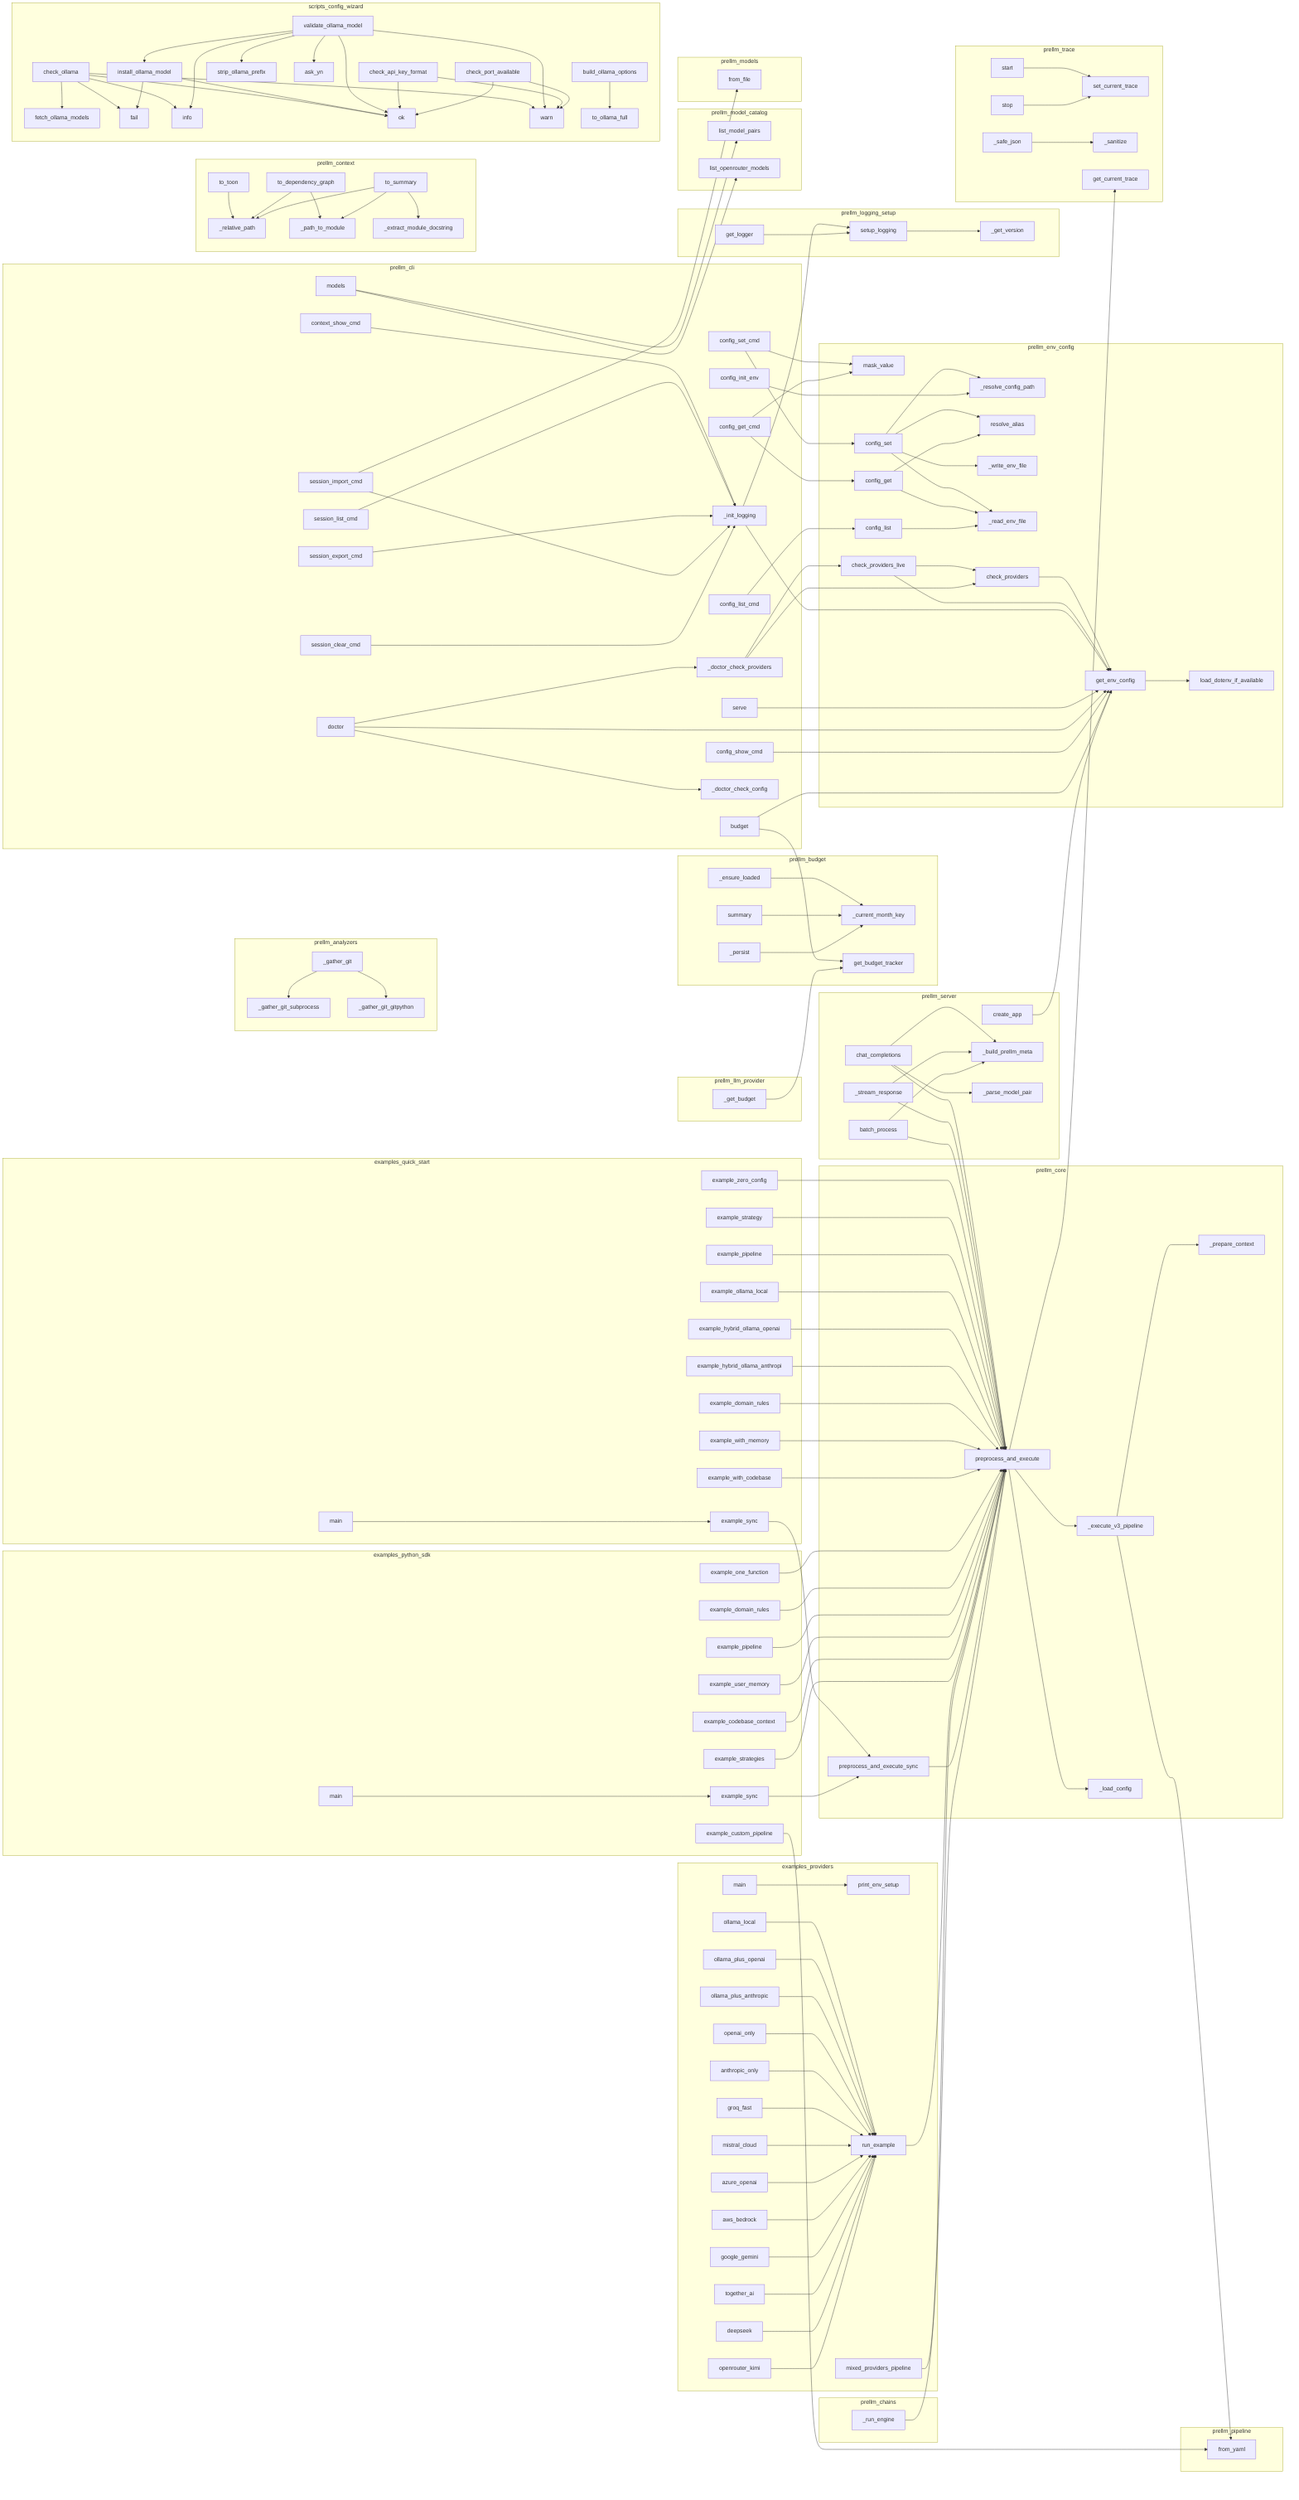
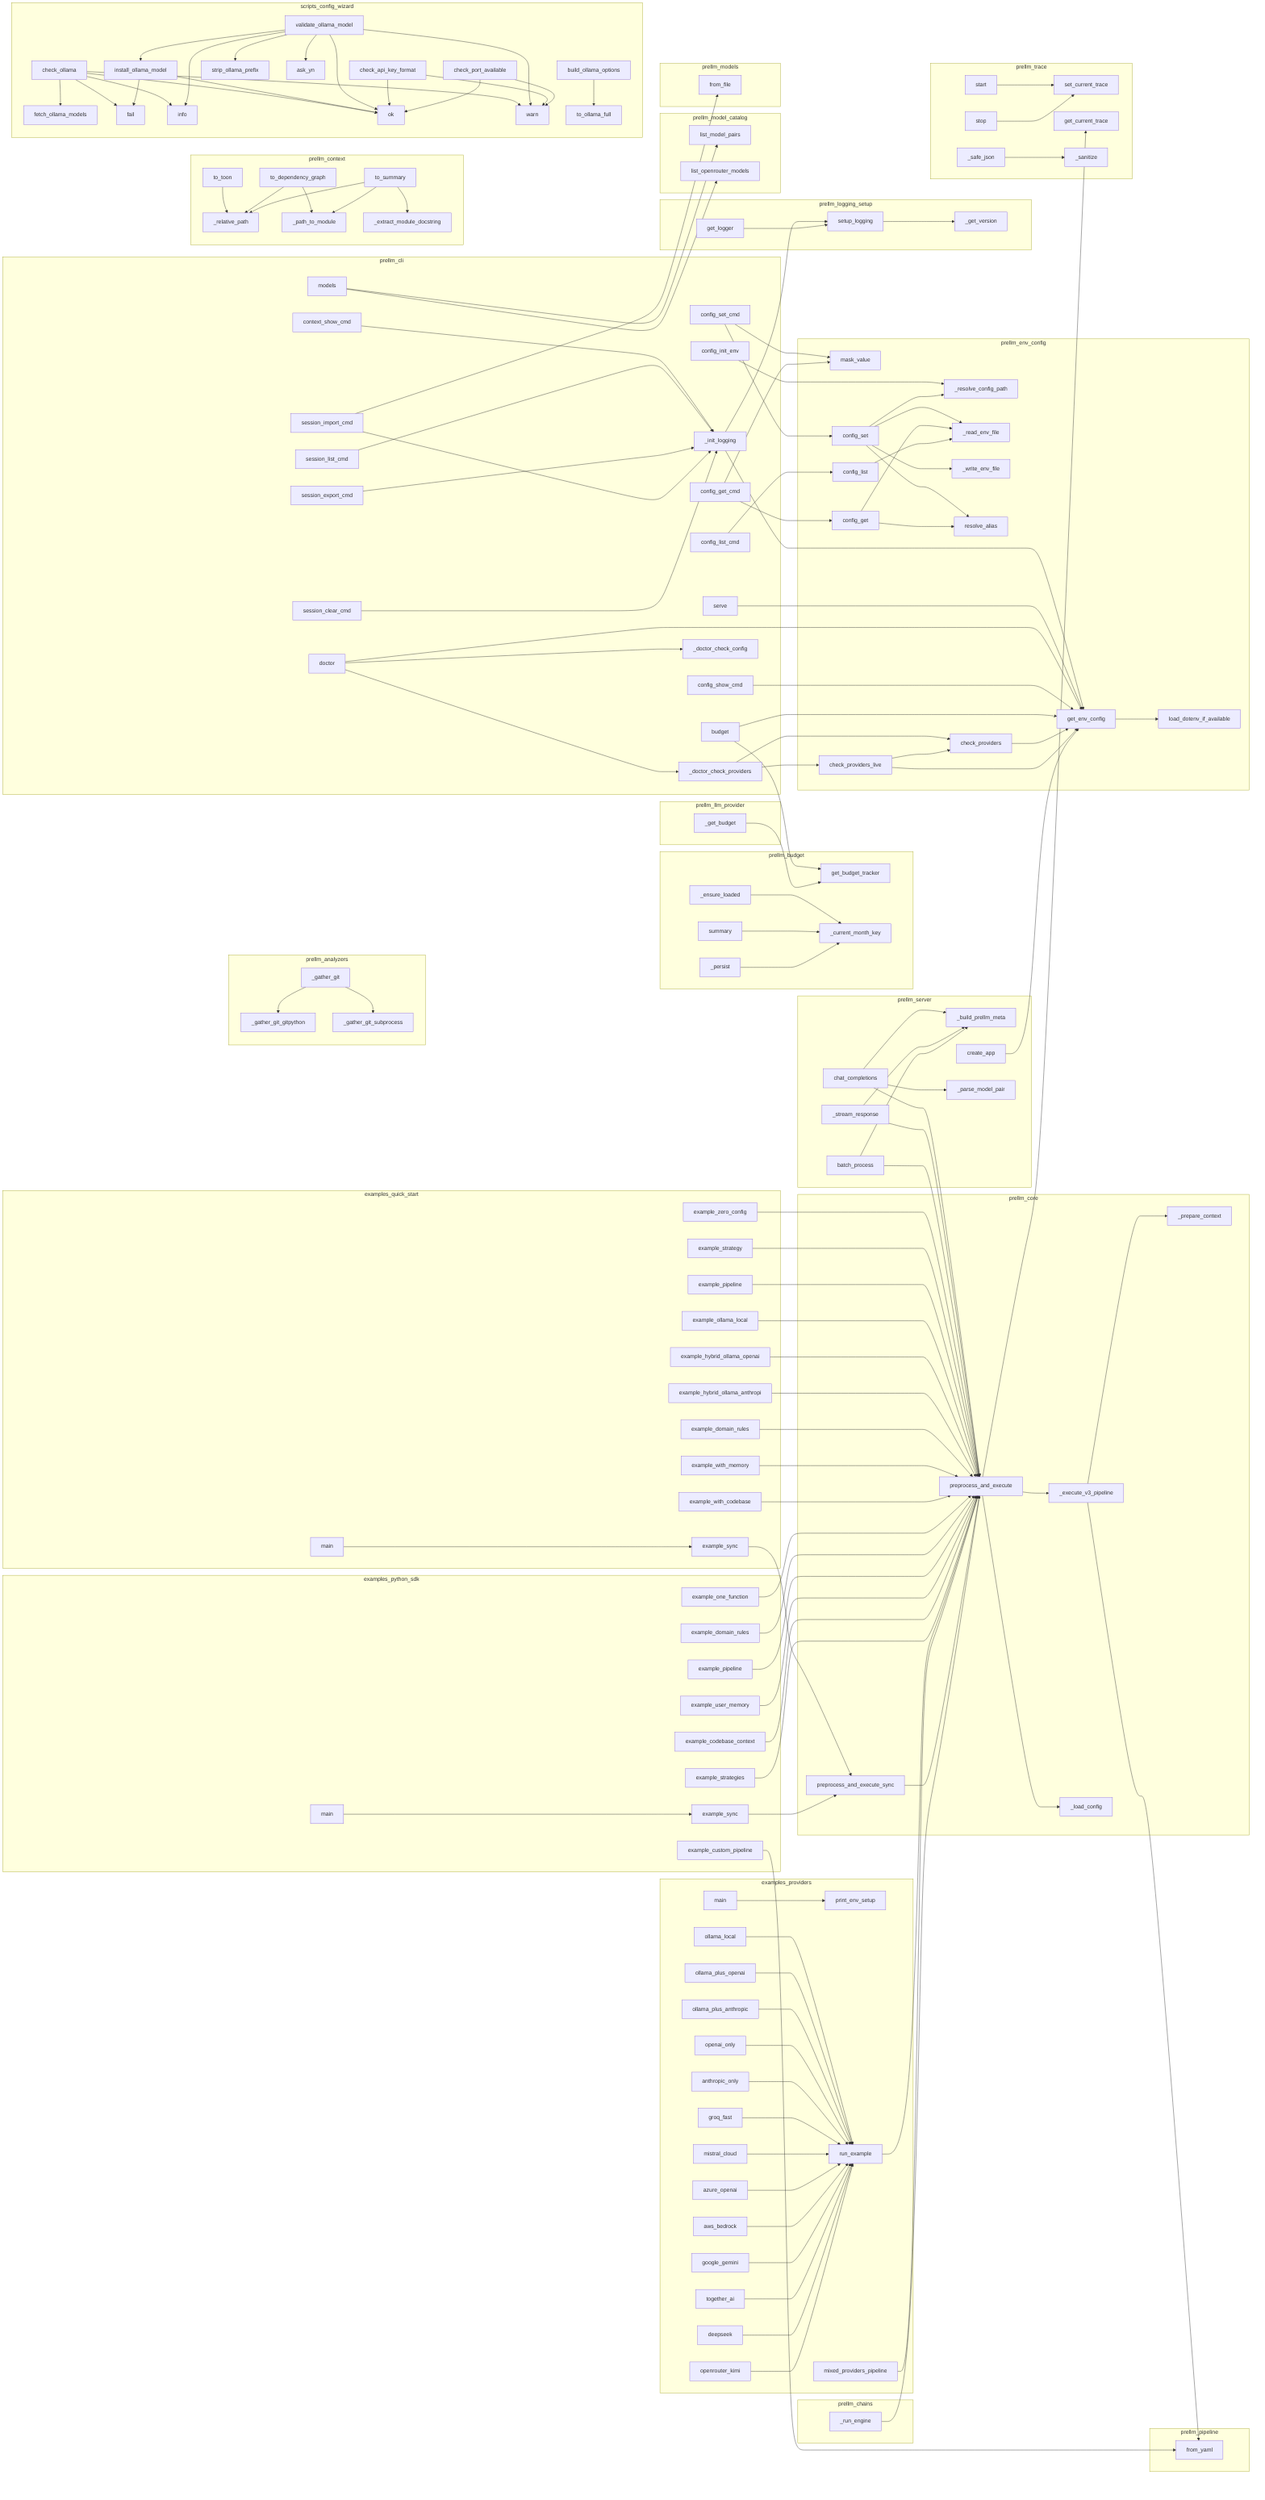
flowchart LR
    subgraph examples_providers
        examples__providers__ollama_plus_openai["ollama_plus_openai"]
+         examples__providers__main["main"]
+         examples__providers__print_env_setup["print_env_setup"]
+         examples__providers__aws_bedrock["aws_bedrock"]
+         examples__providers__anthropic_only["anthropic_only"]
+         examples__providers__mixed_providers_pipeline["mixed_providers_pipeline"]
+         examples__providers__google_gemini["google_gemini"]
        examples__providers__azure_openai["azure_openai"]
-         examples__providers__aws_bedrock["aws_bedrock"]
-         examples__providers__google_gemini["google_gemini"]
-         examples__providers__anthropic_only["anthropic_only"]
        examples__providers__openai_only["openai_only"]
+         examples__providers__ollama_plus_anthropic["ollama_plus_anthropic"]
+         examples__providers__together_ai["together_ai"]
+         examples__providers__deepseek["deepseek"]
        examples__providers__mistral_cloud["mistral_cloud"]
-         examples__providers__together_ai["together_ai"]
-         examples__providers__print_env_setup["print_env_setup"]
-         examples__providers__ollama_plus_anthropic["ollama_plus_anthropic"]
-         examples__providers__mixed_providers_pipeline["mixed_providers_pipeline"]
        examples__providers__ollama_local["ollama_local"]
+         examples__providers__groq_fast["groq_fast"]
        examples__providers__openrouter_kimi["openrouter_kimi"]
-         examples__providers__groq_fast["groq_fast"]
-         examples__providers__deepseek["deepseek"]
        examples__providers__run_example["run_example"]
-         examples__providers__main["main"]
    end
    subgraph examples_python_sdk
+         examples__python_sdk__example_codebase_context["example_codebase_context"]
+         examples__python_sdk__example_custom_pipeline["example_custom_pipeline"]
+         examples__python_sdk__example_pipeline["example_pipeline"]
+         examples__python_sdk__main["main"]
        examples__python_sdk__example_one_function["example_one_function"]
-         examples__python_sdk__main["main"]
-         examples__python_sdk__example_codebase_context["example_codebase_context"]
+         examples__python_sdk__example_strategies["example_strategies"]
+         examples__python_sdk__example_sync["example_sync"]
+         examples__python_sdk__example_domain_rules["example_domain_rules"]
        examples__python_sdk__example_user_memory["example_user_memory"]
-         examples__python_sdk__example_strategies["example_strategies"]
-         examples__python_sdk__example_pipeline["example_pipeline"]
-         examples__python_sdk__example_sync["example_sync"]
-         examples__python_sdk__example_custom_pipeline["example_custom_pipeline"]
-         examples__python_sdk__example_domain_rules["example_domain_rules"]
    end
    subgraph examples_quick_start
+         examples__quick_start__example_ollama_local["example_ollama_local"]
        examples__quick_start__example_strategy["example_strategy"]
+         examples__quick_start__example_zero_config["example_zero_config"]
+         examples__quick_start__example_with_codebase["example_with_codebase"]
+         examples__quick_start__example_domain_rules["example_domain_rules"]
+         examples__quick_start__example_pipeline["example_pipeline"]
+         examples__quick_start__main["main"]
        examples__quick_start__example_hybrid_ollama_openai["example_hybrid_ollama_openai"]
-         examples__quick_start__example_domain_rules["example_domain_rules"]
-         examples__quick_start__main["main"]
-         examples__quick_start__example_with_codebase["example_with_codebase"]
-         examples__quick_start__example_zero_config["example_zero_config"]
-         examples__quick_start__example_pipeline["example_pipeline"]
+         examples__quick_start__example_with_memory["example_with_memory"]
+         examples__quick_start__example_hybrid_ollama_anthropic["example_hybrid_ollama_anthropi"]
        examples__quick_start__example_sync["example_sync"]
-         examples__quick_start__example_hybrid_ollama_anthropic["example_hybrid_ollama_anthropi"]
-         examples__quick_start__example_ollama_local["example_ollama_local"]
-         examples__quick_start__example_with_memory["example_with_memory"]
    end
    subgraph prellm_analyzers
+         prellm__ContextEngine___gather_git_gitpython["_gather_git_gitpython"]
+         prellm__ContextEngine___gather_git["_gather_git"]
        prellm__ContextEngine___gather_git_subprocess["_gather_git_subprocess"]
-         prellm__ContextEngine___gather_git["_gather_git"]
-         prellm__ContextEngine___gather_git_gitpython["_gather_git_gitpython"]
    end
    subgraph prellm_budget
+         prellm__budget__BudgetTracker__summary["summary"]
+         prellm__budget__BudgetTracker___ensure_loaded["_ensure_loaded"]
+         prellm__budget__get_budget_tracker["get_budget_tracker"]
        prellm__budget___current_month_key["_current_month_key"]
-         prellm__budget__BudgetTracker___ensure_loaded["_ensure_loaded"]
        prellm__budget__BudgetTracker___persist["_persist"]
-         prellm__budget__get_budget_tracker["get_budget_tracker"]
-         prellm__budget__BudgetTracker__summary["summary"]
    end
    subgraph prellm_chains
        prellm__chains__process_chain__ProcessChain___run_engine["_run_engine"]
    end
    subgraph prellm_cli
-         prellm__cli__config_list_cmd["config_list_cmd"]
-         prellm__cli__config_set_cmd["config_set_cmd"]
-         prellm__cli__budget["budget"]
-         prellm__cli__context_show_cmd["context_show_cmd"]
+         prellm__cli__models["models"]
        prellm__cli__session_list_cmd["session_list_cmd"]
        prellm__cli___init_logging["_init_logging"]
+         prellm__cli__context_show_cmd["context_show_cmd"]
+         prellm__cli__session_export_cmd["session_export_cmd"]
+         prellm__cli__config_init_env["config_init_env"]
+         prellm__cli__budget["budget"]
+         prellm__cli__config_set_cmd["config_set_cmd"]
+         prellm__cli__serve["serve"]
+         prellm__cli__config_list_cmd["config_list_cmd"]
+         prellm__cli__session_clear_cmd["session_clear_cmd"]
+         prellm__cli__config_show_cmd["config_show_cmd"]
+         prellm__cli___doctor_check_config["_doctor_check_config"]
        prellm__cli___doctor_check_providers["_doctor_check_providers"]
-         prellm__cli__config_show_cmd["config_show_cmd"]
-         prellm__cli__session_export_cmd["session_export_cmd"]
-         prellm__cli__serve["serve"]
-         prellm__cli__config_get_cmd["config_get_cmd"]
-         prellm__cli__config_init_env["config_init_env"]
-         prellm__cli__models["models"]
-         prellm__cli__session_clear_cmd["session_clear_cmd"]
        prellm__cli__doctor["doctor"]
        prellm__cli__session_import_cmd["session_import_cmd"]
-         prellm__cli___doctor_check_config["_doctor_check_config"]
+         prellm__cli__config_get_cmd["config_get_cmd"]
    end
    subgraph prellm_context
        prellm__FolderCompressor__to_toon["to_toon"]
-         prellm__FolderCompressor__to_dependency_graph["to_dependency_graph"]
+         prellm__FolderCompressor__to_summary["to_summary"]
        prellm__context__folder_compressor___relative_path["_relative_path"]
        prellm__context__folder_compressor___extract_module_docstrin["_extract_module_docstring"]
-         prellm__FolderCompressor__to_summary["to_summary"]
        prellm__context__folder_compressor___path_to_module["_path_to_module"]
+         prellm__FolderCompressor__to_dependency_graph["to_dependency_graph"]
    end
    subgraph prellm_core
-         prellm__core__preprocess_and_execute_sync["preprocess_and_execute_sync"]
+         prellm__core__preprocess_and_execute["preprocess_and_execute"]
        prellm__core___execute_v3_pipeline["_execute_v3_pipeline"]
-         prellm__core__preprocess_and_execute["preprocess_and_execute"]
        prellm__core__PreLLM___load_config["_load_config"]
        prellm__core___prepare_context["_prepare_context"]
+         prellm__core__preprocess_and_execute_sync["preprocess_and_execute_sync"]
    end
    subgraph prellm_env_config
+         prellm__env_config__get_env_config["get_env_config"]
+         prellm__env_config__mask_value["mask_value"]
+         prellm__env_config__config_set["config_set"]
        prellm__env_config___resolve_config_path["_resolve_config_path"]
+         prellm__env_config__config_get["config_get"]
+         prellm__env_config___read_env_file["_read_env_file"]
+         prellm__env_config__check_providers_live["check_providers_live"]
+         prellm__env_config___write_env_file["_write_env_file"]
+         prellm__env_config__config_list["config_list"]
+         prellm__env_config__load_dotenv_if_available["load_dotenv_if_available"]
        prellm__env_config__resolve_alias["resolve_alias"]
-         prellm__env_config__get_env_config["get_env_config"]
-         prellm__env_config__load_dotenv_if_available["load_dotenv_if_available"]
-         prellm__env_config__mask_value["mask_value"]
-         prellm__env_config___write_env_file["_write_env_file"]
-         prellm__env_config___read_env_file["_read_env_file"]
-         prellm__env_config__config_get["config_get"]
        prellm__env_config__check_providers["check_providers"]
-         prellm__env_config__config_set["config_set"]
-         prellm__env_config__check_providers_live["check_providers_live"]
-         prellm__env_config__config_list["config_list"]
    end
    subgraph prellm_llm_provider
        prellm__llm_provider__LLMProvider___get_budget["_get_budget"]
    end
    subgraph prellm_logging_setup
+         prellm__logging_setup__setup_logging["setup_logging"]
        prellm__logging_setup__get_logger["get_logger"]
-         prellm__logging_setup__setup_logging["setup_logging"]
        prellm__logging_setup___get_version["_get_version"]
    end
    subgraph prellm_model_catalog
        prellm__model_catalog__list_model_pairs["list_model_pairs"]
        prellm__model_catalog__list_openrouter_models["list_openrouter_models"]
    end
    subgraph prellm_models
        prellm__models__SessionSnapshot__from_file["from_file"]
    end
    subgraph prellm_pipeline
        prellm__pipeline__PromptPipeline__from_yaml["from_yaml"]
    end
    subgraph prellm_server
-         prellm__server__create_app["create_app"]
+         prellm__server__batch_process["batch_process"]
        prellm__server___build_prellm_meta["_build_prellm_meta"]
        prellm__server___stream_response["_stream_response"]
-         prellm__server__batch_process["batch_process"]
+         prellm__server__chat_completions["chat_completions"]
+         prellm__server__create_app["create_app"]
        prellm__server___parse_model_pair["_parse_model_pair"]
-         prellm__server__chat_completions["chat_completions"]
    end
    subgraph prellm_trace
        prellm__trace__set_current_trace["set_current_trace"]
-         prellm__trace__TraceRecorder__stop["stop"]
+         prellm__trace__get_current_trace["get_current_trace"]
        prellm__trace___sanitize["_sanitize"]
        prellm__trace___safe_json["_safe_json"]
-         prellm__trace__get_current_trace["get_current_trace"]
+         prellm__trace__TraceRecorder__stop["stop"]
        prellm__trace__TraceRecorder__start["start"]
    end
    subgraph scripts_config_wizard
+         scripts__config_wizard__fetch_ollama_models["fetch_ollama_models"]
+         scripts__config_wizard__validate_ollama_model["validate_ollama_model"]
+         scripts__config_wizard__info["info"]
+         scripts__config_wizard__ask_yn["ask_yn"]
+         scripts__config_wizard__check_port_available["check_port_available"]
+         scripts__config_wizard__ok["ok"]
+         scripts__config_wizard__strip_ollama_prefix["strip_ollama_prefix"]
        scripts__config_wizard__build_ollama_options["build_ollama_options"]
-         scripts__config_wizard__install_ollama_model["install_ollama_model"]
-         scripts__config_wizard__info["info"]
-         scripts__config_wizard__check_ollama["check_ollama"]
-         scripts__config_wizard__ok["ok"]
-         scripts__config_wizard__fetch_ollama_models["fetch_ollama_models"]
        scripts__config_wizard__check_api_key_format["check_api_key_format"]
        scripts__config_wizard__fail["fail"]
-         scripts__config_wizard__ask_yn["ask_yn"]
-         scripts__config_wizard__strip_ollama_prefix["strip_ollama_prefix"]
+         scripts__config_wizard__install_ollama_model["install_ollama_model"]
+         scripts__config_wizard__check_ollama["check_ollama"]
        scripts__config_wizard__warn["warn"]
        scripts__config_wizard__to_ollama_full["to_ollama_full"]
-         scripts__config_wizard__check_port_available["check_port_available"]
-         scripts__config_wizard__validate_ollama_model["validate_ollama_model"]
    end
    examples__quick_start__example_zero_config --> prellm__core__preprocess_and_execute
    examples__quick_start__example_strategy --> prellm__core__preprocess_and_execute
    examples__quick_start__example_pipeline --> prellm__core__preprocess_and_execute
    examples__quick_start__example_ollama_local --> prellm__core__preprocess_and_execute
    examples__quick_start__example_hybrid_ollama_openai --> prellm__core__preprocess_and_execute
    examples__quick_start__example_hybrid_ollama_anthropic --> prellm__core__preprocess_and_execute
    examples__quick_start__example_domain_rules --> prellm__core__preprocess_and_execute
    examples__quick_start__example_with_memory --> prellm__core__preprocess_and_execute
    examples__quick_start__example_with_codebase --> prellm__core__preprocess_and_execute
    examples__quick_start__example_sync --> prellm__core__preprocess_and_execute_sync
    examples__quick_start__main --> examples__quick_start__example_sync
    examples__python_sdk__example_one_function --> prellm__core__preprocess_and_execute
    examples__python_sdk__example_domain_rules --> prellm__core__preprocess_and_execute
    examples__python_sdk__example_sync --> prellm__core__preprocess_and_execute_sync
    examples__python_sdk__example_pipeline --> prellm__core__preprocess_and_execute
    examples__python_sdk__example_user_memory --> prellm__core__preprocess_and_execute
    examples__python_sdk__example_codebase_context --> prellm__core__preprocess_and_execute
    examples__python_sdk__example_custom_pipeline --> prellm__pipeline__PromptPipeline__from_yaml
    examples__python_sdk__example_strategies --> prellm__core__preprocess_and_execute
    examples__python_sdk__main --> examples__python_sdk__example_sync
-     prellm__env_config__get_env_config --> prellm__env_config__load_dotenv_if_available
-     prellm__env_config__check_providers --> prellm__env_config__get_env_config
-     prellm__env_config__config_set --> prellm__env_config__resolve_alias
-     prellm__env_config__config_set --> prellm__env_config___resolve_config_path
-     prellm__env_config__config_set --> prellm__env_config___read_env_file
-     prellm__env_config__config_set --> prellm__env_config___write_env_file
-     prellm__env_config__config_get --> prellm__env_config__resolve_alias
-     prellm__env_config__config_get --> prellm__env_config___read_env_file
-     prellm__env_config__config_list --> prellm__env_config___read_env_file
-     prellm__env_config__check_providers_live --> prellm__env_config__check_providers
-     prellm__env_config__check_providers_live --> prellm__env_config__get_env_config
+     examples__providers__run_example --> prellm__core__preprocess_and_execute
+     examples__providers__ollama_local --> examples__providers__run_example
+     examples__providers__ollama_plus_openai --> examples__providers__run_example
+     examples__providers__ollama_plus_anthropic --> examples__providers__run_example
+     examples__providers__openai_only --> examples__providers__run_example
+     examples__providers__anthropic_only --> examples__providers__run_example
+     examples__providers__groq_fast --> examples__providers__run_example
+     examples__providers__mistral_cloud --> examples__providers__run_example
+     examples__providers__azure_openai --> examples__providers__run_example
+     examples__providers__aws_bedrock --> examples__providers__run_example
+     examples__providers__google_gemini --> examples__providers__run_example
+     examples__providers__together_ai --> examples__providers__run_example
+     examples__providers__deepseek --> examples__providers__run_example
+     examples__providers__openrouter_kimi --> examples__providers__run_example
+     examples__providers__mixed_providers_pipeline --> prellm__core__preprocess_and_execute
+     examples__providers__main --> examples__providers__print_env_setup
    prellm__cli___init_logging --> prellm__env_config__get_env_config
    prellm__cli___init_logging --> prellm__logging_setup__setup_logging
    prellm__cli__serve --> prellm__env_config__get_env_config
    prellm__cli___doctor_check_providers --> prellm__env_config__check_providers
    prellm__cli___doctor_check_providers --> prellm__env_config__check_providers_live
    prellm__cli__doctor --> prellm__env_config__get_env_config
    prellm__cli__doctor --> prellm__cli___doctor_check_config
    prellm__cli__doctor --> prellm__cli___doctor_check_providers
    prellm__cli__config_set_cmd --> prellm__env_config__config_set
    prellm__cli__config_set_cmd --> prellm__env_config__mask_value
    prellm__cli__config_get_cmd --> prellm__env_config__config_get
    prellm__cli__config_get_cmd --> prellm__env_config__mask_value
    prellm__cli__config_list_cmd --> prellm__env_config__config_list
    prellm__cli__config_show_cmd --> prellm__env_config__get_env_config
    prellm__cli__config_init_env --> prellm__env_config___resolve_config_path
    prellm__cli__budget --> prellm__env_config__get_env_config
    prellm__cli__budget --> prellm__budget__get_budget_tracker
    prellm__cli__models --> prellm__model_catalog__list_model_pairs
    prellm__cli__models --> prellm__model_catalog__list_openrouter_models
    prellm__cli__context_show_cmd --> prellm__cli___init_logging
    prellm__cli__session_list_cmd --> prellm__cli___init_logging
    prellm__cli__session_export_cmd --> prellm__cli___init_logging
    prellm__cli__session_import_cmd --> prellm__cli___init_logging
    prellm__cli__session_import_cmd --> prellm__models__SessionSnapshot__from_file
    prellm__cli__session_clear_cmd --> prellm__cli___init_logging
-     examples__providers__run_example --> prellm__core__preprocess_and_execute
-     examples__providers__ollama_local --> examples__providers__run_example
-     examples__providers__ollama_plus_openai --> examples__providers__run_example
-     examples__providers__ollama_plus_anthropic --> examples__providers__run_example
-     examples__providers__openai_only --> examples__providers__run_example
-     examples__providers__anthropic_only --> examples__providers__run_example
-     examples__providers__groq_fast --> examples__providers__run_example
-     examples__providers__mistral_cloud --> examples__providers__run_example
-     examples__providers__azure_openai --> examples__providers__run_example
-     examples__providers__aws_bedrock --> examples__providers__run_example
-     examples__providers__google_gemini --> examples__providers__run_example
-     examples__providers__together_ai --> examples__providers__run_example
-     examples__providers__deepseek --> examples__providers__run_example
-     examples__providers__openrouter_kimi --> examples__providers__run_example
-     examples__providers__mixed_providers_pipeline --> prellm__core__preprocess_and_execute
-     examples__providers__main --> examples__providers__print_env_setup
+     prellm__env_config__get_env_config --> prellm__env_config__load_dotenv_if_available
+     prellm__env_config__check_providers --> prellm__env_config__get_env_config
+     prellm__env_config__config_set --> prellm__env_config__resolve_alias
+     prellm__env_config__config_set --> prellm__env_config___resolve_config_path
+     prellm__env_config__config_set --> prellm__env_config___read_env_file
+     prellm__env_config__config_set --> prellm__env_config___write_env_file
+     prellm__env_config__config_get --> prellm__env_config__resolve_alias
+     prellm__env_config__config_get --> prellm__env_config___read_env_file
+     prellm__env_config__config_list --> prellm__env_config___read_env_file
+     prellm__env_config__check_providers_live --> prellm__env_config__check_providers
+     prellm__env_config__check_providers_live --> prellm__env_config__get_env_config
    prellm__trace__TraceRecorder__start --> prellm__trace__set_current_trace
    prellm__trace__TraceRecorder__stop --> prellm__trace__set_current_trace
    prellm__trace___safe_json --> prellm__trace___sanitize
    prellm__server__chat_completions --> prellm__server___parse_model_pair
    prellm__server__chat_completions --> prellm__server___build_prellm_meta
    prellm__server__chat_completions --> prellm__core__preprocess_and_execute
    prellm__server___stream_response --> prellm__core__preprocess_and_execute
    prellm__server___stream_response --> prellm__server___build_prellm_meta
    prellm__server__batch_process --> prellm__core__preprocess_and_execute
    prellm__server__batch_process --> prellm__server___build_prellm_meta
    prellm__server__create_app --> prellm__env_config__get_env_config
    prellm__core__preprocess_and_execute --> prellm__trace__get_current_trace
    prellm__core__preprocess_and_execute --> prellm__core__PreLLM___load_config
    prellm__core__preprocess_and_execute --> prellm__core___execute_v3_pipeline
    prellm__core__preprocess_and_execute_sync --> prellm__core__preprocess_and_execute
    prellm__core___execute_v3_pipeline --> prellm__pipeline__PromptPipeline__from_yaml
    prellm__core___execute_v3_pipeline --> prellm__core___prepare_context
    prellm__llm_provider__LLMProvider___get_budget --> prellm__budget__get_budget_tracker
-     prellm__budget__BudgetTracker___ensure_loaded --> prellm__budget___current_month_key
-     prellm__budget__BudgetTracker__summary --> prellm__budget___current_month_key
-     prellm__budget__BudgetTracker___persist --> prellm__budget___current_month_key
    scripts__config_wizard__check_ollama --> scripts__config_wizard__fetch_ollama_models
    scripts__config_wizard__check_ollama --> scripts__config_wizard__fail
    scripts__config_wizard__check_ollama --> scripts__config_wizard__info
    scripts__config_wizard__check_ollama --> scripts__config_wizard__ok
    scripts__config_wizard__check_ollama --> scripts__config_wizard__warn
    scripts__config_wizard__build_ollama_options --> scripts__config_wizard__to_ollama_full
    scripts__config_wizard__install_ollama_model --> scripts__config_wizard__fail
    scripts__config_wizard__install_ollama_model --> scripts__config_wizard__ok
    scripts__config_wizard__validate_ollama_model --> scripts__config_wizard__strip_ollama_prefix
    scripts__config_wizard__validate_ollama_model --> scripts__config_wizard__warn
    scripts__config_wizard__validate_ollama_model --> scripts__config_wizard__info
    scripts__config_wizard__validate_ollama_model --> scripts__config_wizard__ask_yn
    scripts__config_wizard__validate_ollama_model --> scripts__config_wizard__ok
    scripts__config_wizard__validate_ollama_model --> scripts__config_wizard__install_ollama_model
    scripts__config_wizard__check_api_key_format --> scripts__config_wizard__ok
    scripts__config_wizard__check_api_key_format --> scripts__config_wizard__warn
    scripts__config_wizard__check_port_available --> scripts__config_wizard__warn
    scripts__config_wizard__check_port_available --> scripts__config_wizard__ok
    prellm__chains__process_chain__ProcessChain___run_engine --> prellm__core__preprocess_and_execute
+     prellm__budget__BudgetTracker___ensure_loaded --> prellm__budget___current_month_key
+     prellm__budget__BudgetTracker__summary --> prellm__budget___current_month_key
+     prellm__budget__BudgetTracker___persist --> prellm__budget___current_month_key
    prellm__FolderCompressor__to_toon --> prellm__context__folder_compressor___relative_path
    prellm__FolderCompressor__to_dependency_graph --> prellm__context__folder_compressor___relative_path
    prellm__FolderCompressor__to_dependency_graph --> prellm__context__folder_compressor___path_to_module
    prellm__FolderCompressor__to_summary --> prellm__context__folder_compressor___relative_path
    prellm__FolderCompressor__to_summary --> prellm__context__folder_compressor___path_to_module
    prellm__FolderCompressor__to_summary --> prellm__context__folder_compressor___extract_module_docstrin
    prellm__ContextEngine___gather_git --> prellm__ContextEngine___gather_git_gitpython
    prellm__ContextEngine___gather_git --> prellm__ContextEngine___gather_git_subprocess
    prellm__logging_setup__setup_logging --> prellm__logging_setup___get_version
    prellm__logging_setup__get_logger --> prellm__logging_setup__setup_logging
